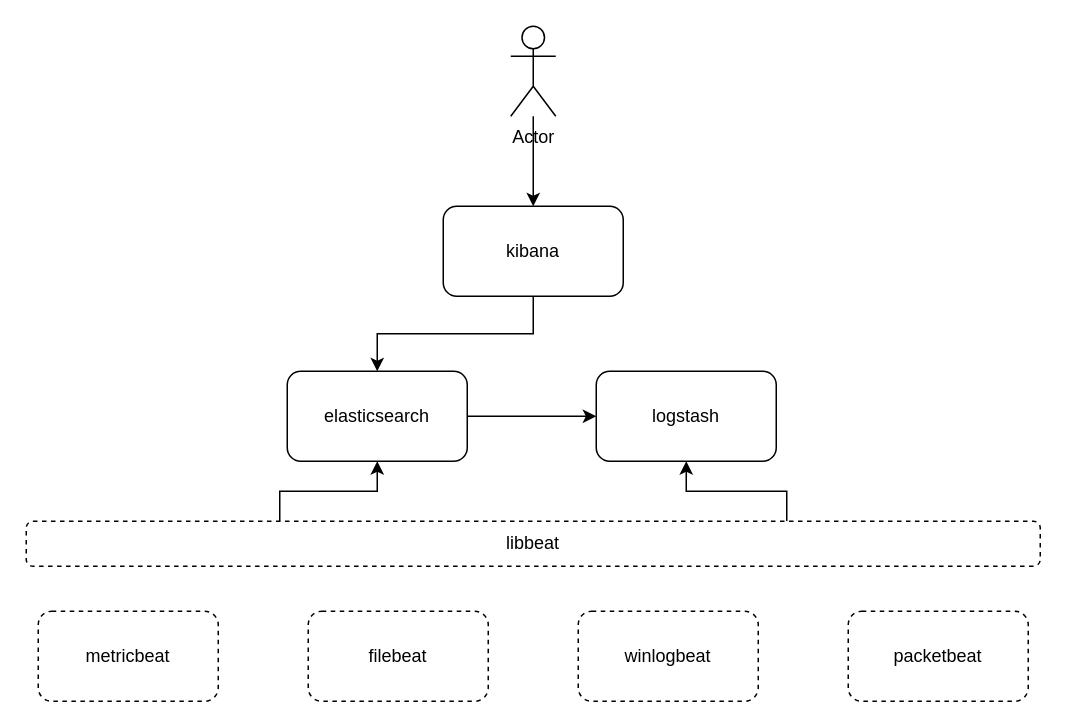
Above: docu/elk-diagram.drawio in mdiazn80/elk-docker-compose (draw.io), before the change. Source tidied: cells renumbered, new cells numbered last; positions are measured from the earlier drawing's top-left corner, leaving out a move shared by most shapes. Both pictures are drawn from the tidied source at 150%, with x=0, y=0 at pixel (26, 26).
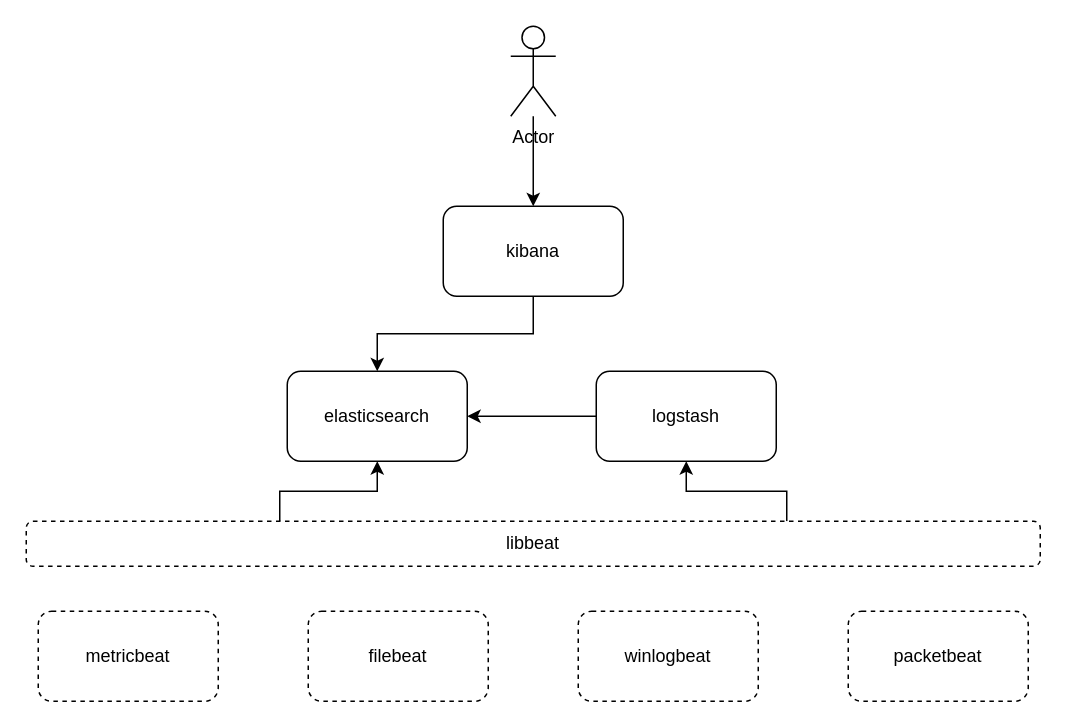
After the change.

The edit, as a diff of the source:
```diff
@@
 <mxGraphModel>
   <root>
     <mxCell id="0" />
     <mxCell id="1" parent="0" />
     <mxCell id="2" style="edgeStyle=orthogonalEdgeStyle;rounded=0;jettySize=auto;html=1;entryX=0.5;entryY=0;entryDx=0;entryDy=0;" parent="1" edge="1" source="3" target="5">
       <mxGeometry relative="1" as="geometry" />
     </mxCell>
     <mxCell id="3" value="Actor" style="shape=umlActor;verticalLabelPosition=bottom;verticalAlign=top;html=1;outlineConnect=0;" parent="1" vertex="1">
       <mxGeometry x="323" width="30" height="60" as="geometry" />
     </mxCell>
     <mxCell id="4" style="edgeStyle=orthogonalEdgeStyle;rounded=0;jettySize=auto;html=1;entryX=0.5;entryY=0;entryDx=0;entryDy=0;" parent="1" edge="1" source="5" target="7">
       <mxGeometry relative="1" as="geometry" />
     </mxCell>
     <mxCell id="5" value="kibana" style="rounded=1;whiteSpace=wrap;html=1;" parent="1" vertex="1">
       <mxGeometry x="278" y="120" width="120" height="60" as="geometry" />
     </mxCell>
-    <mxCell id="6" style="edgeStyle=orthogonalEdgeStyle;rounded=0;jettySize=auto;html=1;entryX=0;entryY=0.5;entryDx=0;entryDy=0;" parent="1" edge="1" source="7" target="8">
+    <mxCell id="6" style="edgeStyle=orthogonalEdgeStyle;rounded=0;jettySize=auto;html=1;entryX=1;entryY=0.5;entryDx=0;entryDy=0;exitX=0;exitY=0.5;exitDx=0;exitDy=0;" parent="1" edge="1" source="8" target="7">
       <mxGeometry relative="1" as="geometry" />
     </mxCell>
     <mxCell id="7" value="elasticsearch" style="rounded=1;whiteSpace=wrap;html=1;" parent="1" vertex="1">
       <mxGeometry x="174" y="230" width="120" height="60" as="geometry" />
     </mxCell>
     <mxCell id="8" value="logstash" style="rounded=1;whiteSpace=wrap;html=1;" parent="1" vertex="1">
       <mxGeometry x="380" y="230" width="120" height="60" as="geometry" />
     </mxCell>
     <mxCell id="9" value="metricbeat" style="rounded=1;whiteSpace=wrap;html=1;dashed=1;" parent="1" vertex="1">
       <mxGeometry x="8" y="390" width="120" height="60" as="geometry" />
     </mxCell>
     <mxCell id="10" value="filebeat" style="rounded=1;whiteSpace=wrap;html=1;dashed=1;" parent="1" vertex="1">
       <mxGeometry x="188" y="390" width="120" height="60" as="geometry" />
     </mxCell>
     <mxCell id="11" value="winlogbeat" style="rounded=1;whiteSpace=wrap;html=1;dashed=1;" parent="1" vertex="1">
       <mxGeometry x="368" y="390" width="120" height="60" as="geometry" />
     </mxCell>
     <mxCell id="12" value="packetbeat" style="rounded=1;whiteSpace=wrap;html=1;dashed=1;" parent="1" vertex="1">
       <mxGeometry x="548" y="390" width="120" height="60" as="geometry" />
     </mxCell>
     <mxCell id="13" style="edgeStyle=orthogonalEdgeStyle;rounded=0;jettySize=auto;html=1;exitX=0.25;exitY=0;exitDx=0;exitDy=0;" parent="1" edge="1" source="15" target="7">
       <mxGeometry relative="1" as="geometry" />
     </mxCell>
     <mxCell id="14" style="edgeStyle=orthogonalEdgeStyle;rounded=0;jettySize=auto;html=1;entryX=0.5;entryY=1;entryDx=0;entryDy=0;exitX=0.75;exitY=0;exitDx=0;exitDy=0;" parent="1" edge="1" source="15" target="8">
       <mxGeometry relative="1" as="geometry" />
     </mxCell>
     <mxCell id="15" value="libbeat" style="rounded=1;whiteSpace=wrap;html=1;dashed=1;" parent="1" vertex="1">
       <mxGeometry y="330" width="676" height="30" as="geometry" />
     </mxCell>
   </root>
 </mxGraphModel>
```
